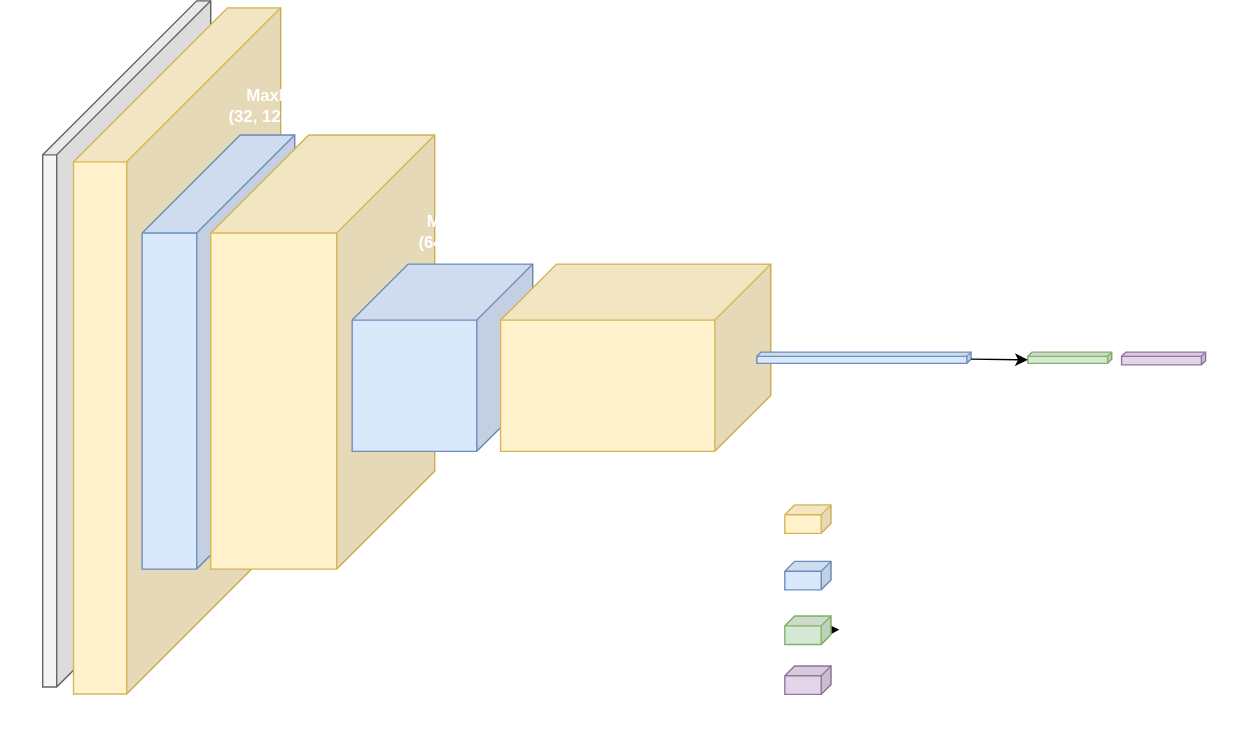
Earlier version of the draw.io export graphs/simplecnn.svg (emmaebrl/LASCAR). Source tidied: cells renumbered, new cells last; positions are measured from the earlier drawing's top-left corner, leaving out a move shared by most shapes. Source of this version:
```xml
<mxGraphModel>
  <root>
    <mxCell id="0" />
    <mxCell id="1" parent="0" />
    <mxCell id="2" style="shape=cube;whiteSpace=wrap;html=1;boundedLbl=1;backgroundOutline=1;darkOpacity=0.05;darkOpacity2=0.1;size=110;direction=east;flipH=1;fillColor=#f5f5f5;strokeColor=#666666;fontColor=#333333;" parent="1" vertex="1">
      <mxGeometry x="30" width="120" height="490" as="geometry" />
    </mxCell>
    <mxCell id="3" style="shape=cube;whiteSpace=wrap;html=1;boundedLbl=1;backgroundOutline=1;darkOpacity=0.05;darkOpacity2=0.1;size=110;direction=east;flipH=1;fillColor=#fff2cc;strokeColor=#d6b656;" parent="1" vertex="1">
      <mxGeometry x="52" y="5" width="148" height="490" as="geometry" />
    </mxCell>
    <mxCell id="4" style="shape=cube;whiteSpace=wrap;html=1;boundedLbl=1;backgroundOutline=1;darkOpacity=0.05;darkOpacity2=0.1;size=70;direction=east;flipH=1;fillColor=#dae8fc;strokeColor=#6c8ebf;" parent="1" vertex="1">
      <mxGeometry x="101" y="95.8" width="109" height="310" as="geometry" />
    </mxCell>
    <mxCell id="5" style="shape=cube;whiteSpace=wrap;html=1;boundedLbl=1;backgroundOutline=1;darkOpacity=0.05;darkOpacity2=0.1;size=70;direction=east;flipH=1;fillColor=#fff2cc;strokeColor=#d6b656;" parent="1" vertex="1">
      <mxGeometry x="150" y="95.8" width="160" height="310" as="geometry" />
    </mxCell>
    <mxCell id="6" style="shape=cube;whiteSpace=wrap;html=1;boundedLbl=1;backgroundOutline=1;darkOpacity=0.05;darkOpacity2=0.1;size=40;direction=east;flipH=1;fillColor=#dae8fc;strokeColor=#6c8ebf;" parent="1" vertex="1">
      <mxGeometry x="251" y="188" width="129" height="133.8" as="geometry" />
    </mxCell>
    <mxCell id="7" style="shape=cube;whiteSpace=wrap;html=1;boundedLbl=1;backgroundOutline=1;darkOpacity=0.05;darkOpacity2=0.1;size=40;direction=east;flipH=1;fillColor=#fff2cc;strokeColor=#d6b656;" parent="1" vertex="1">
      <mxGeometry x="357" y="188" width="193" height="133.8" as="geometry" />
    </mxCell>
    <mxCell id="8" value="&lt;b&gt;&lt;font style=&quot;color: rgb(255, 255, 255);&quot;&gt;Input&lt;/font&gt;&lt;/b&gt;&lt;div&gt;&lt;b&gt;&lt;font style=&quot;color: rgb(255, 255, 255);&quot;&gt;(4, 256, 256)&lt;/font&gt;&lt;/b&gt;&lt;/div&gt;" style="text;html=1;strokeColor=none;fillColor=none;align=center;verticalAlign=middle;whiteSpace=wrap;rounded=0;fontColor=#FFFFFF;" parent="1" vertex="1">
      <mxGeometry y="20" width="101" height="30" as="geometry" />
    </mxCell>
    <mxCell id="9" value="&lt;font style=&quot;color: rgb(255, 255, 255);&quot;&gt;pooling&lt;/font&gt;" style="text;html=1;strokeColor=none;fillColor=none;align=left;verticalAlign=middle;whiteSpace=wrap;rounded=0;fontStyle=1;" parent="1" vertex="1">
      <mxGeometry x="599" y="398.5" width="138" height="23.9" as="geometry" />
    </mxCell>
    <mxCell id="10" value="&lt;font style=&quot;color: rgb(255, 255, 255);&quot;&gt;convolution + ReLu&lt;/font&gt;" style="text;html=1;strokeColor=none;fillColor=none;align=left;verticalAlign=middle;whiteSpace=wrap;rounded=0;fontStyle=1;" parent="1" vertex="1">
      <mxGeometry x="599" y="360" width="138" height="23.9" as="geometry" />
    </mxCell>
    <mxCell id="11" value="&lt;font style=&quot;color: rgb(255, 255, 255);&quot;&gt;log softmax&lt;/font&gt;" style="text;html=1;strokeColor=none;fillColor=none;align=left;verticalAlign=middle;whiteSpace=wrap;rounded=0;fontStyle=1;" parent="1" vertex="1">
      <mxGeometry x="599" y="473.2" width="138" height="23.9" as="geometry" />
    </mxCell>
    <mxCell id="12" style="shape=cube;whiteSpace=wrap;html=1;boundedLbl=1;backgroundOutline=1;darkOpacity=0.05;darkOpacity2=0.1;size=7;direction=east;flipH=1;fillColor=#fff2cc;strokeColor=#d6b656;" parent="1" vertex="1">
      <mxGeometry x="560" y="360" width="33" height="20.3" as="geometry" />
    </mxCell>
    <mxCell id="13" style="shape=cube;whiteSpace=wrap;html=1;boundedLbl=1;backgroundOutline=1;darkOpacity=0.05;darkOpacity2=0.1;size=3;direction=east;flipH=1;fillColor=#dae8fc;strokeColor=#6c8ebf;" parent="1" vertex="1">
      <mxGeometry x="540" y="250.9" width="153" height="8" as="geometry" />
    </mxCell>
    <mxCell id="14" value="&lt;font style=&quot;color: rgb(255, 255, 255);&quot;&gt;linear&lt;/font&gt;" style="text;html=1;strokeColor=none;fillColor=none;align=left;verticalAlign=middle;whiteSpace=wrap;rounded=0;fontStyle=1;" parent="1" vertex="1">
      <mxGeometry x="599" y="435.8" width="138" height="23.9" as="geometry" />
    </mxCell>
    <mxCell id="15" value="&lt;div&gt;&lt;b&gt;&lt;font style=&quot;color: rgb(255, 255, 255);&quot;&gt;Conv1&lt;/font&gt;&lt;/b&gt;&lt;/div&gt;&lt;div&gt;&lt;b&gt;&lt;font style=&quot;color: rgb(255, 255, 255);&quot;&gt;(32, 256, 256)&lt;/font&gt;&lt;/b&gt;&lt;/div&gt;" style="text;html=1;strokeColor=none;fillColor=none;align=center;verticalAlign=middle;whiteSpace=wrap;rounded=0;" parent="1" vertex="1">
      <mxGeometry x="20" y="503" width="101" height="30" as="geometry" />
    </mxCell>
    <mxCell id="16" value="&lt;div&gt;&lt;b&gt;&lt;font style=&quot;color: rgb(255, 255, 255);&quot;&gt;Conv2&lt;/font&gt;&lt;/b&gt;&lt;/div&gt;&lt;div&gt;&lt;b&gt;&lt;font style=&quot;color: rgb(255, 255, 255);&quot;&gt;(64, 128, 128)&lt;/font&gt;&lt;/b&gt;&lt;/div&gt;" style="text;html=1;strokeColor=none;fillColor=none;align=center;verticalAlign=middle;whiteSpace=wrap;rounded=0;" parent="1" vertex="1">
      <mxGeometry x="150" y="411.9" width="101" height="30" as="geometry" />
    </mxCell>
    <mxCell id="17" value="&lt;div&gt;&lt;b&gt;&lt;font style=&quot;color: rgb(255, 255, 255);&quot;&gt;Conv3&lt;/font&gt;&lt;/b&gt;&lt;/div&gt;&lt;div&gt;&lt;b&gt;&lt;font style=&quot;color: rgb(255, 255, 255);&quot;&gt;(128, 64, 64)&lt;/font&gt;&lt;/b&gt;&lt;/div&gt;" style="text;html=1;strokeColor=none;fillColor=none;align=center;verticalAlign=middle;whiteSpace=wrap;rounded=0;" parent="1" vertex="1">
      <mxGeometry x="390" y="330" width="101" height="30" as="geometry" />
    </mxCell>
    <mxCell id="18" value="&lt;div&gt;&lt;b&gt;&lt;font style=&quot;color: rgb(255, 255, 255);&quot;&gt;MaxPool&lt;/font&gt;&lt;/b&gt;&lt;/div&gt;&lt;div&gt;&lt;b&gt;&lt;font style=&quot;color: rgb(255, 255, 255);&quot;&gt;(32, 128, 128)&lt;/font&gt;&lt;/b&gt;&lt;/div&gt;" style="text;html=1;strokeColor=none;fillColor=none;align=center;verticalAlign=middle;whiteSpace=wrap;rounded=0;" parent="1" vertex="1">
      <mxGeometry x="150" y="60" width="101" height="30" as="geometry" />
    </mxCell>
    <mxCell id="19" value="&lt;div&gt;&lt;b&gt;&lt;font style=&quot;color: rgb(255, 255, 255);&quot;&gt;MaxPool&lt;/font&gt;&lt;/b&gt;&lt;/div&gt;&lt;div&gt;&lt;b&gt;&lt;font style=&quot;color: rgb(255, 255, 255);&quot;&gt;(64, 64, 64)&lt;/font&gt;&lt;/b&gt;&lt;/div&gt;" style="text;html=1;strokeColor=none;fillColor=none;align=center;verticalAlign=middle;whiteSpace=wrap;rounded=0;" parent="1" vertex="1">
      <mxGeometry x="279" y="150" width="101" height="30" as="geometry" />
    </mxCell>
    <mxCell id="20" style="shape=cube;whiteSpace=wrap;html=1;boundedLbl=1;backgroundOutline=1;darkOpacity=0.05;darkOpacity2=0.1;size=3;direction=east;flipH=1;fillColor=#d5e8d4;strokeColor=#82b366;" parent="1" vertex="1">
      <mxGeometry x="733.5" y="250.9" width="60" height="8" as="geometry" />
    </mxCell>
    <mxCell id="21" style="shape=cube;whiteSpace=wrap;html=1;boundedLbl=1;backgroundOutline=1;darkOpacity=0.05;darkOpacity2=0.1;size=3;direction=east;flipH=1;fillColor=#e1d5e7;strokeColor=#9673a6;" parent="1" vertex="1">
      <mxGeometry x="800.5" y="250.9" width="60" height="9.1" as="geometry" />
    </mxCell>
    <mxCell id="22" value="&lt;div&gt;&lt;b style=&quot;background-color: transparent;&quot;&gt;&lt;font style=&quot;color: rgb(255, 255, 255);&quot;&gt;AdaptiveAvgPool&lt;/font&gt;&lt;/b&gt;&lt;/div&gt;&lt;div&gt;&lt;b style=&quot;background-color: transparent;&quot;&gt;&lt;font style=&quot;color: rgb(255, 255, 255);&quot;&gt;(1, 1, 128)&lt;/font&gt;&lt;/b&gt;&lt;/div&gt;" style="text;html=1;strokeColor=none;fillColor=none;align=center;verticalAlign=middle;whiteSpace=wrap;rounded=0;" parent="1" vertex="1">
      <mxGeometry x="566" y="270" width="101" height="30" as="geometry" />
    </mxCell>
    <mxCell id="23" value="&lt;div&gt;&lt;b style=&quot;background-color: transparent;&quot;&gt;&lt;font style=&quot;color: rgb(255, 255, 255);&quot;&gt;Linear&lt;/font&gt;&lt;/b&gt;&lt;/div&gt;&lt;div&gt;&lt;b style=&quot;background-color: transparent;&quot;&gt;&lt;font style=&quot;color: rgb(255, 255, 255);&quot;&gt;(1, 1, 10)&lt;/font&gt;&lt;/b&gt;&lt;/div&gt;" style="text;html=1;strokeColor=none;fillColor=none;align=center;verticalAlign=middle;whiteSpace=wrap;rounded=0;" parent="1" vertex="1">
      <mxGeometry x="713" y="270" width="101" height="30" as="geometry" />
    </mxCell>
    <mxCell id="24" value="&lt;div&gt;&lt;b style=&quot;background-color: transparent;&quot;&gt;&lt;font style=&quot;color: rgb(255, 255, 255);&quot;&gt;Log Softmax&lt;/font&gt;&lt;/b&gt;&lt;/div&gt;&lt;div&gt;&lt;b style=&quot;background-color: transparent;&quot;&gt;&lt;font style=&quot;color: rgb(255, 255, 255);&quot;&gt;(1, 1, 10)&lt;/font&gt;&lt;/b&gt;&lt;/div&gt;" style="text;html=1;strokeColor=none;fillColor=none;align=center;verticalAlign=middle;whiteSpace=wrap;rounded=0;" parent="1" vertex="1">
      <mxGeometry x="780" y="270" width="101" height="30" as="geometry" />
    </mxCell>
    <mxCell id="25" style="shape=cube;whiteSpace=wrap;html=1;boundedLbl=1;backgroundOutline=1;darkOpacity=0.05;darkOpacity2=0.1;size=7;direction=east;flipH=1;fillColor=#dae8fc;strokeColor=#6c8ebf;" parent="1" vertex="1">
      <mxGeometry x="560" y="400.3" width="33" height="20.3" as="geometry" />
    </mxCell>
    <mxCell id="26" style="edgeStyle=none;html=1;" parent="1" edge="1" source="27" target="14">
      <mxGeometry relative="1" as="geometry" />
    </mxCell>
    <mxCell id="27" style="shape=cube;whiteSpace=wrap;html=1;boundedLbl=1;backgroundOutline=1;darkOpacity=0.05;darkOpacity2=0.1;size=7;direction=east;flipH=1;fillColor=#d5e8d4;strokeColor=#82b366;" parent="1" vertex="1">
      <mxGeometry x="560" y="439.4" width="33" height="20.3" as="geometry" />
    </mxCell>
    <mxCell id="28" style="shape=cube;whiteSpace=wrap;html=1;boundedLbl=1;backgroundOutline=1;darkOpacity=0.05;darkOpacity2=0.1;size=7;direction=east;flipH=1;fillColor=#e1d5e7;strokeColor=#9673a6;" parent="1" vertex="1">
      <mxGeometry x="560" y="475" width="33" height="20.3" as="geometry" />
    </mxCell>
    <mxCell id="29" style="edgeStyle=none;html=1;exitX=0;exitY=0;exitDx=0;exitDy=5;exitPerimeter=0;entryX=0;entryY=0;entryDx=59.99999999999999;entryDy=5.5;entryPerimeter=0;" parent="1" edge="1" source="13" target="20">
      <mxGeometry relative="1" as="geometry" />
    </mxCell>
    <mxCell id="30" value="&lt;font style=&quot;color: rgb(255, 255, 255);&quot;&gt;Dropout = 0.3&lt;/font&gt;" style="text;html=1;strokeColor=none;fillColor=none;align=left;verticalAlign=middle;whiteSpace=wrap;rounded=0;fontStyle=1;" parent="1" vertex="1">
      <mxGeometry x="676" y="227" width="138" height="23.9" as="geometry" />
    </mxCell>
  </root>
</mxGraphModel>
```
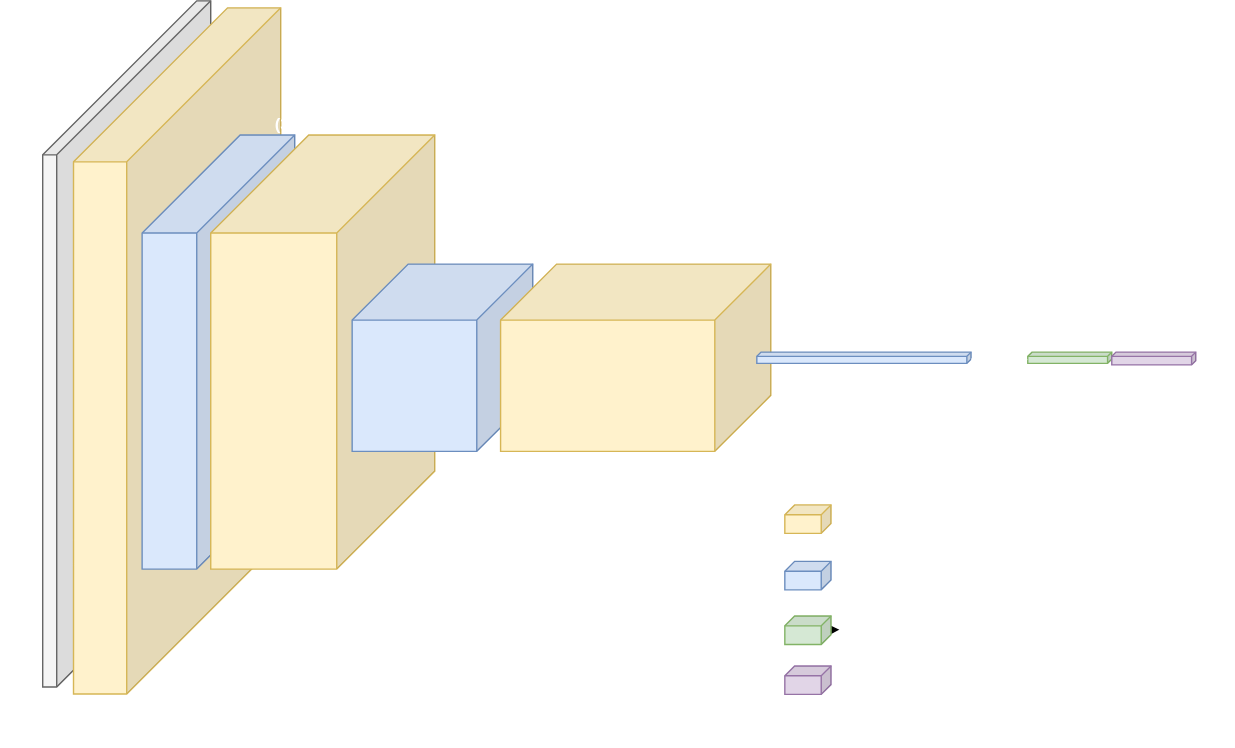
The same file after the commit.

The edit, as a diff of the source:
```diff
@@ -51,16 +51,16 @@
       <mxGeometry x="390" y="330" width="101" height="30" as="geometry" />
     </mxCell>
     <mxCell id="18" value="&lt;div&gt;&lt;b&gt;&lt;font style=&quot;color: rgb(255, 255, 255);&quot;&gt;MaxPool&lt;/font&gt;&lt;/b&gt;&lt;/div&gt;&lt;div&gt;&lt;b&gt;&lt;font style=&quot;color: rgb(255, 255, 255);&quot;&gt;(32, 128, 128)&lt;/font&gt;&lt;/b&gt;&lt;/div&gt;" style="text;html=1;strokeColor=none;fillColor=none;align=center;verticalAlign=middle;whiteSpace=wrap;rounded=0;" parent="1" vertex="1">
-      <mxGeometry x="150" y="60" width="101" height="30" as="geometry" />
+      <mxGeometry x="183" y="65.8" width="101" height="30" as="geometry" />
     </mxCell>
     <mxCell id="19" value="&lt;div&gt;&lt;b&gt;&lt;font style=&quot;color: rgb(255, 255, 255);&quot;&gt;MaxPool&lt;/font&gt;&lt;/b&gt;&lt;/div&gt;&lt;div&gt;&lt;b&gt;&lt;font style=&quot;color: rgb(255, 255, 255);&quot;&gt;(64, 64, 64)&lt;/font&gt;&lt;/b&gt;&lt;/div&gt;" style="text;html=1;strokeColor=none;fillColor=none;align=center;verticalAlign=middle;whiteSpace=wrap;rounded=0;" parent="1" vertex="1">
-      <mxGeometry x="279" y="150" width="101" height="30" as="geometry" />
+      <mxGeometry x="291" y="150" width="101" height="30" as="geometry" />
     </mxCell>
     <mxCell id="20" style="shape=cube;whiteSpace=wrap;html=1;boundedLbl=1;backgroundOutline=1;darkOpacity=0.05;darkOpacity2=0.1;size=3;direction=east;flipH=1;fillColor=#d5e8d4;strokeColor=#82b366;" parent="1" vertex="1">
       <mxGeometry x="733.5" y="250.9" width="60" height="8" as="geometry" />
     </mxCell>
     <mxCell id="21" style="shape=cube;whiteSpace=wrap;html=1;boundedLbl=1;backgroundOutline=1;darkOpacity=0.05;darkOpacity2=0.1;size=3;direction=east;flipH=1;fillColor=#e1d5e7;strokeColor=#9673a6;" parent="1" vertex="1">
-      <mxGeometry x="800.5" y="250.9" width="60" height="9.1" as="geometry" />
+      <mxGeometry x="793.5" y="250.9" width="60" height="9.1" as="geometry" />
     </mxCell>
     <mxCell id="22" value="&lt;div&gt;&lt;b style=&quot;background-color: transparent;&quot;&gt;&lt;font style=&quot;color: rgb(255, 255, 255);&quot;&gt;AdaptiveAvgPool&lt;/font&gt;&lt;/b&gt;&lt;/div&gt;&lt;div&gt;&lt;b style=&quot;background-color: transparent;&quot;&gt;&lt;font style=&quot;color: rgb(255, 255, 255);&quot;&gt;(1, 1, 128)&lt;/font&gt;&lt;/b&gt;&lt;/div&gt;" style="text;html=1;strokeColor=none;fillColor=none;align=center;verticalAlign=middle;whiteSpace=wrap;rounded=0;" parent="1" vertex="1">
       <mxGeometry x="566" y="270" width="101" height="30" as="geometry" />
@@ -83,7 +83,7 @@
     <mxCell id="28" style="shape=cube;whiteSpace=wrap;html=1;boundedLbl=1;backgroundOutline=1;darkOpacity=0.05;darkOpacity2=0.1;size=7;direction=east;flipH=1;fillColor=#e1d5e7;strokeColor=#9673a6;" parent="1" vertex="1">
       <mxGeometry x="560" y="475" width="33" height="20.3" as="geometry" />
     </mxCell>
-    <mxCell id="29" style="edgeStyle=none;html=1;exitX=0;exitY=0;exitDx=0;exitDy=5;exitPerimeter=0;entryX=0;entryY=0;entryDx=59.99999999999999;entryDy=5.5;entryPerimeter=0;" parent="1" edge="1" source="13" target="20">
+    <mxCell id="29" style="edgeStyle=none;html=1;exitX=0;exitY=0;exitDx=0;exitDy=5;exitPerimeter=0;entryX=0;entryY=0;entryDx=59.99999999999999;entryDy=5.5;entryPerimeter=0;strokeColor=#FFFFFF;" parent="1" edge="1" source="13" target="20">
       <mxGeometry relative="1" as="geometry" />
     </mxCell>
     <mxCell id="30" value="&lt;font style=&quot;color: rgb(255, 255, 255);&quot;&gt;Dropout = 0.3&lt;/font&gt;" style="text;html=1;strokeColor=none;fillColor=none;align=left;verticalAlign=middle;whiteSpace=wrap;rounded=0;fontStyle=1;" parent="1" vertex="1">
```
